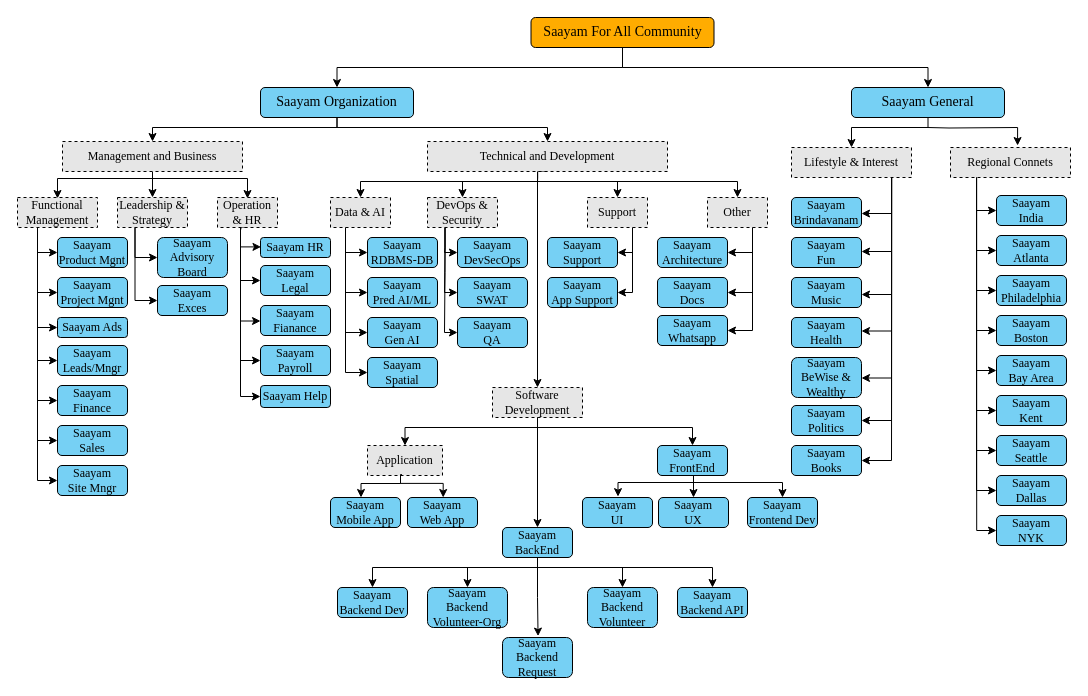
The draw.io diagram Saayam.drawio in PallaviChitrada10/PallaviChitrada, before the edit. Source tidied: cells renumbered, new cells numbered last; positions are measured from the earlier drawing's top-left corner, leaving out a move shared by most shapes. Both pictures are drawn from the tidied source at 100%, with x=0, y=0 at pixel (17, 17).
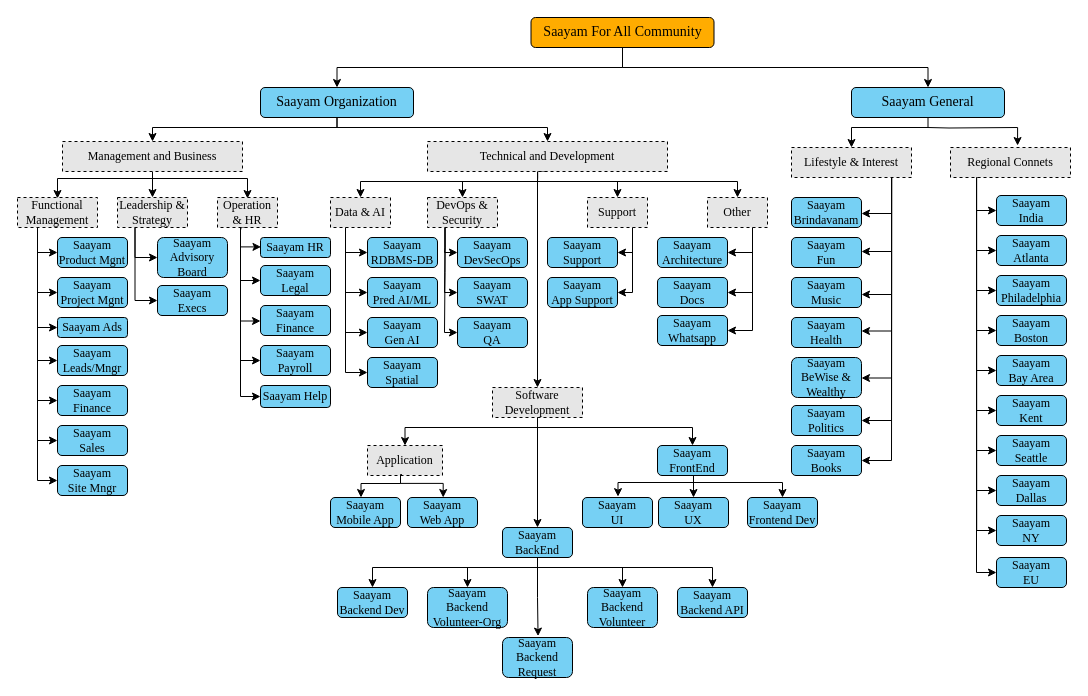
The same diagram, later.

Unchanged cells that the change refers to:
```xml
<mxCell id="107" value="Regional Connets" style="text;html=1;align=center;verticalAlign=middle;whiteSpace=wrap;rounded=0;fontFamily=Times New Roman;labelBackgroundColor=none;fillColor=#E6E6E6;strokeColor=default;dashed=1;" parent="1" vertex="1">
  <mxGeometry x="933" y="130" width="120" height="30" as="geometry" />
</mxCell>
```

The edit, as a diff of the source:
```diff
@@
-    <mxCell id="37" value="Saayam&lt;br&gt;Exces" style="rounded=1;whiteSpace=wrap;html=1;fontFamily=Times New Roman;labelBackgroundColor=none;fillColor=light-dark(#76D0F4,#1D293B);" parent="1" vertex="1">
+    <mxCell id="37" value="Saayam&lt;br&gt;Execs" style="rounded=1;whiteSpace=wrap;html=1;fontFamily=Times New Roman;labelBackgroundColor=none;fillColor=light-dark(#76D0F4,#1D293B);" parent="1" vertex="1">
       <mxGeometry x="140" y="268" width="70" height="30" as="geometry" />
     </mxCell>
@@
-    <mxCell id="39" value="Saayam&lt;br&gt;Fianance" style="rounded=1;whiteSpace=wrap;html=1;fontFamily=Times New Roman;labelBackgroundColor=none;fillColor=light-dark(#76D0F4,#1D293B);" parent="1" vertex="1">
+    <mxCell id="39" value="Saayam&lt;br&gt;Finance" style="rounded=1;whiteSpace=wrap;html=1;fontFamily=Times New Roman;labelBackgroundColor=none;fillColor=light-dark(#76D0F4,#1D293B);" parent="1" vertex="1">
       <mxGeometry x="243" y="288" width="70" height="30" as="geometry" />
     </mxCell>
@@
+    <mxCell id="141" style="edgeStyle=orthogonalEdgeStyle;rounded=0;jettySize=auto;html=1;exitX=0.25;exitY=1;exitDx=0;exitDy=0;entryX=0;entryY=0.5;entryDx=0;entryDy=0;" parent="1" edge="1" source="107" target="142">
+      <mxGeometry relative="1" as="geometry">
+        <Array as="points">
+          <mxPoint x="959" y="160" />
+          <mxPoint x="959" y="555" />
+        </Array>
+      </mxGeometry>
+    </mxCell>
@@
-    <mxCell id="123" value="Saayam&lt;br&gt;NYK" style="rounded=1;whiteSpace=wrap;html=1;fontFamily=Times New Roman;labelBackgroundColor=none;fillColor=light-dark(#76D0F4,#1D293B);" parent="1" vertex="1">
+    <mxCell id="123" value="Saayam&lt;br&gt;NY" style="rounded=1;whiteSpace=wrap;html=1;fontFamily=Times New Roman;labelBackgroundColor=none;fillColor=light-dark(#76D0F4,#1D293B);" parent="1" vertex="1">
       <mxGeometry x="979" y="498" width="70" height="30" as="geometry" />
     </mxCell>
@@
+    <mxCell id="142" value="Saayam&lt;br&gt;EU" style="rounded=1;whiteSpace=wrap;html=1;fontFamily=Times New Roman;labelBackgroundColor=none;fillColor=light-dark(#76D0F4,#1D293B);" parent="1" vertex="1">
+      <mxGeometry x="979" y="540" width="70" height="30" as="geometry" />
+    </mxCell>
```
